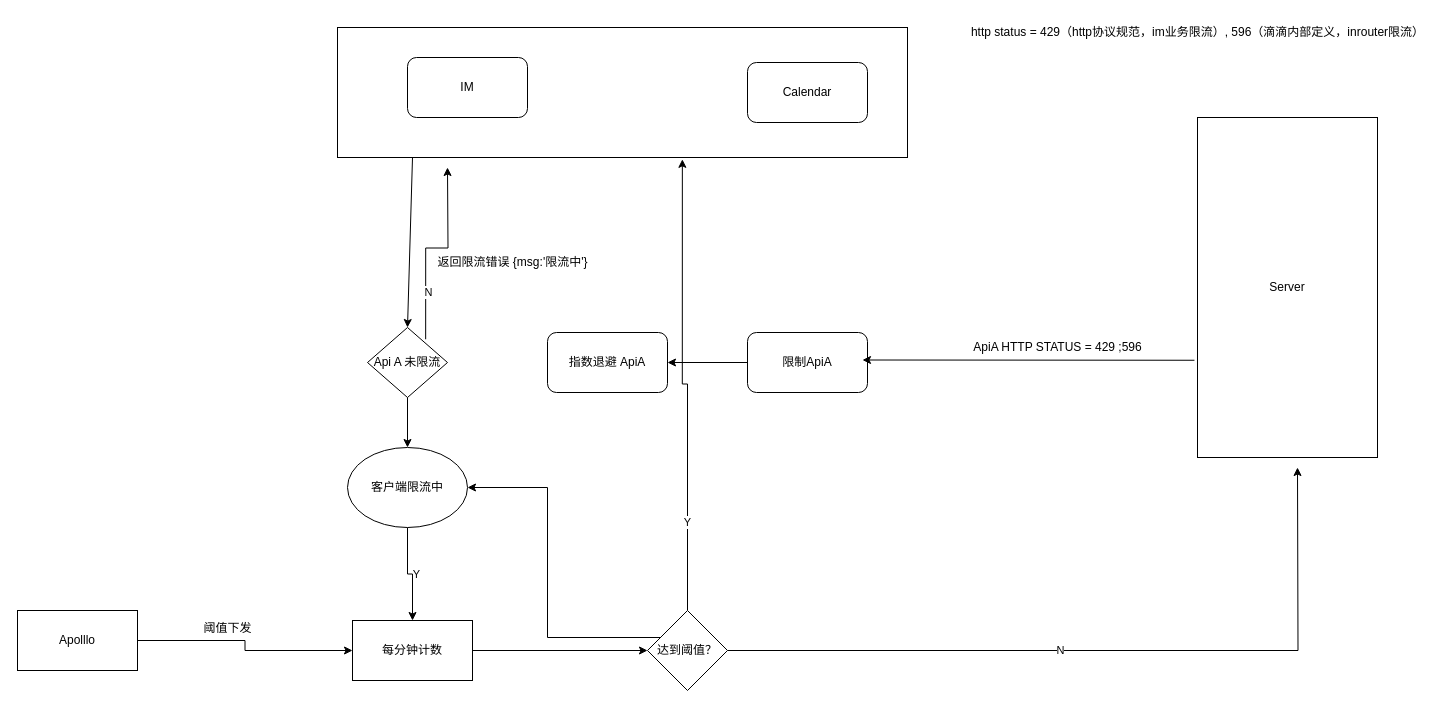
x3hong/algo keeps this draw.io diagram as 111.drawio. Above is the earlier version. Source tidied: cells renumbered, new cells numbered last; positions are measured from the earlier drawing's top-left corner, leaving out a move shared by most shapes. Both pictures are drawn from the tidied source at 100%, with x=0, y=0 at pixel (17, 17).
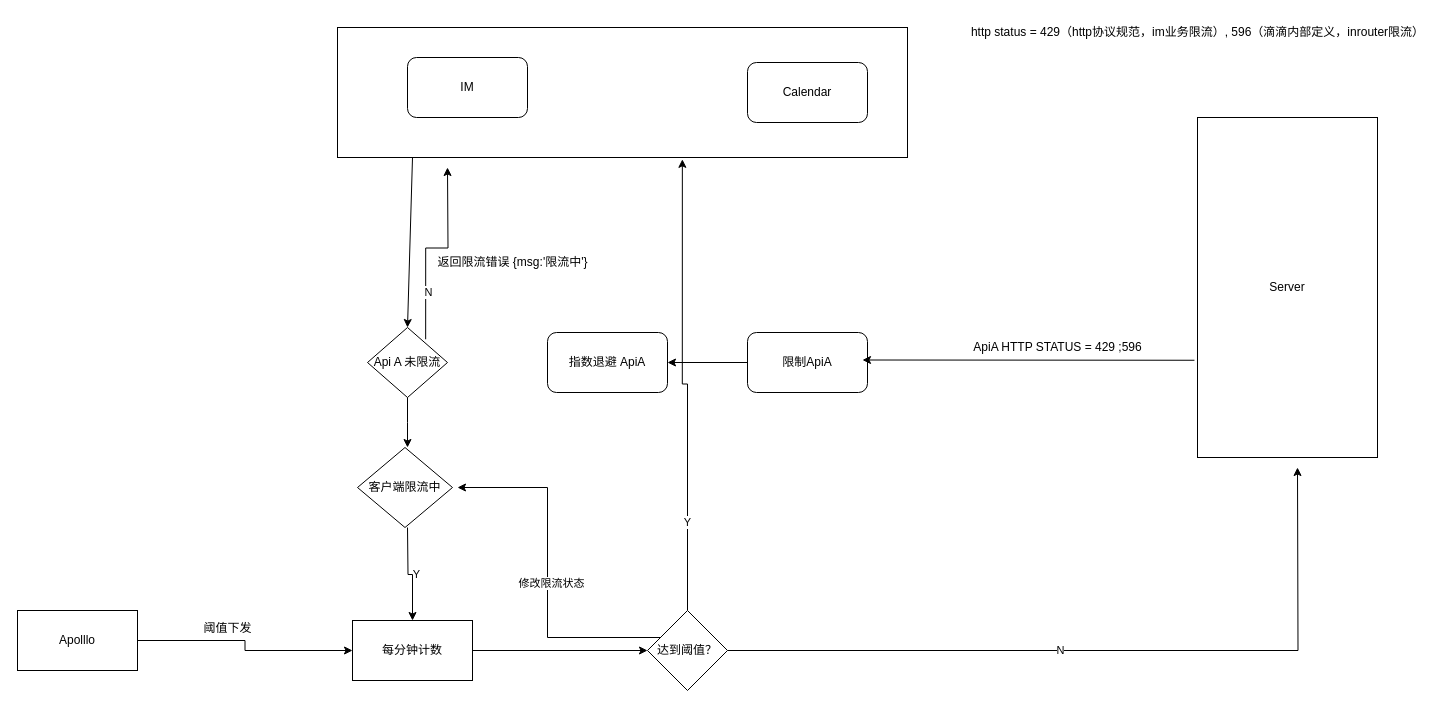
Above is the later version.

The change refers to these unchanged cells:
```xml
<mxCell id="17" value="Api A 未限流" style="rhombus;whiteSpace=wrap;html=1;" parent="1" vertex="1">
  <mxGeometry x="350" y="310" width="80" height="70" as="geometry" />
</mxCell>
<mxCell id="19" value="每分钟计数" style="whiteSpace=wrap;html=1;" parent="1" vertex="1">
  <mxGeometry x="335" y="603" width="120" height="60" as="geometry" />
</mxCell>
<mxCell id="25" value="达到阈值？" style="rhombus;whiteSpace=wrap;html=1;" parent="1" vertex="1">
  <mxGeometry x="630" y="593" width="80" height="80" as="geometry" />
</mxCell>
```

The edit, as a diff of the source:
```diff
@@
-    <mxCell id="15" style="edgeStyle=orthogonalEdgeStyle;rounded=0;jettySize=auto;html=1;" parent="1" edge="1" source="31" target="19">
-      <mxGeometry relative="1" as="geometry" />
+    <mxCell id="15" style="edgeStyle=orthogonalEdgeStyle;rounded=0;jettySize=auto;html=1;" parent="1" edge="1" target="19">
+      <mxGeometry relative="1" as="geometry">
+        <mxPoint x="390" y="510" as="sourcePoint" />
+      </mxGeometry>
     </mxCell>
@@
-    <mxCell id="24" style="edgeStyle=orthogonalEdgeStyle;rounded=0;jettySize=auto;html=1;" parent="1" edge="1" source="25" target="31">
+    <mxCell id="24" style="edgeStyle=orthogonalEdgeStyle;rounded=0;jettySize=auto;html=1;" parent="1" edge="1" source="25">
       <mxGeometry relative="1" as="geometry">
+        <mxPoint x="440" y="470" as="targetPoint" />
         <Array as="points">
           <mxPoint x="530" y="620" />
         </Array>
       </mxGeometry>
     </mxCell>
+    <mxCell id="32" value="修改限流状态" style="edgeLabel;html=1;align=center;verticalAlign=middle;" parent="24" vertex="1">
+      <mxGeometry x="-0.05" y="-3" relative="1" as="geometry" />
+    </mxCell>
@@
-    <mxCell id="30" style="edgeStyle=orthogonalEdgeStyle;rounded=0;jettySize=auto;html=1;" parent="1" edge="1" source="17" target="31">
-      <mxGeometry relative="1" as="geometry" />
+    <mxCell id="30" style="edgeStyle=orthogonalEdgeStyle;rounded=0;jettySize=auto;html=1;" parent="1" edge="1" source="17">
+      <mxGeometry relative="1" as="geometry">
+        <mxPoint x="390" y="430" as="targetPoint" />
+      </mxGeometry>
     </mxCell>
-    <mxCell id="31" value="客户端限流中" style="ellipse;whiteSpace=wrap;html=1;" parent="1" vertex="1">
-      <mxGeometry x="330" y="430" width="120" height="80" as="geometry" />
+    <mxCell id="31" value="客户端限流中" style="rhombus;whiteSpace=wrap;html=1;" parent="1" vertex="1">
+      <mxGeometry x="340" y="430" width="95" height="80" as="geometry" />
     </mxCell>
```
